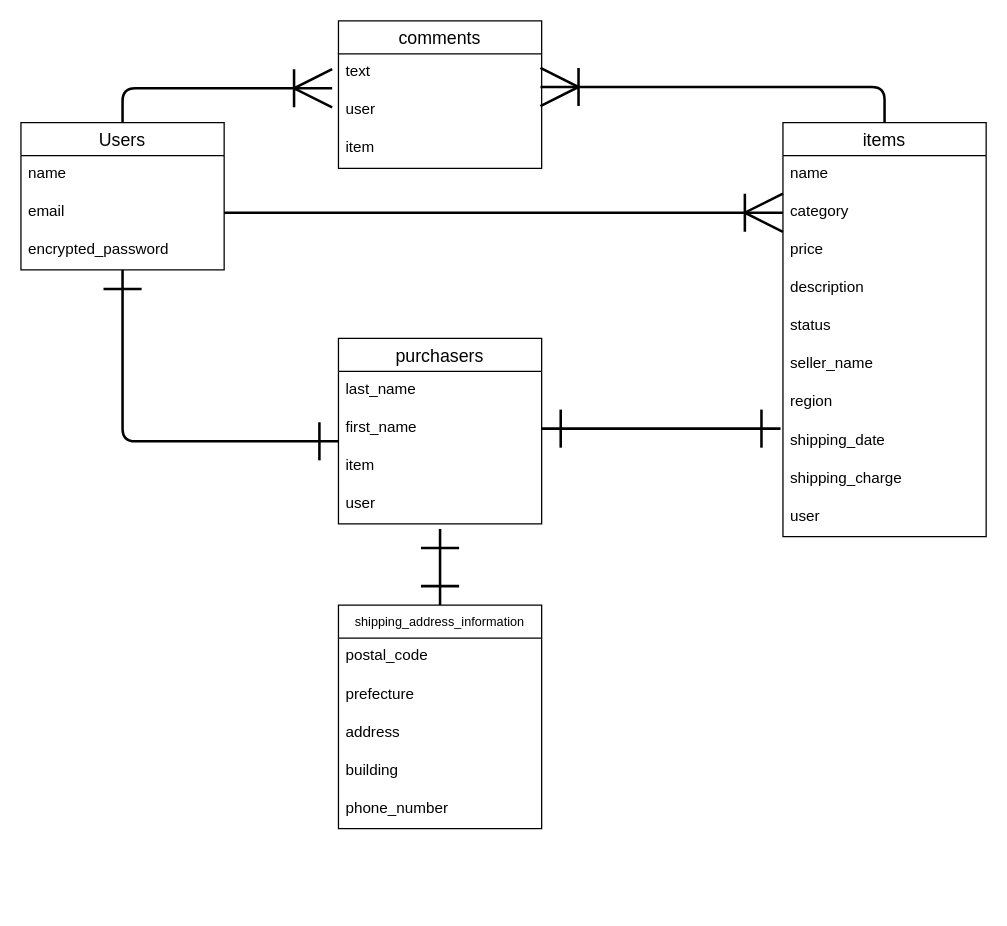
The draw.io diagram furima-28278.dio in takumikomatsu/furima-38378, before the edit. Source tidied: cells renumbered, new cells numbered last; positions are measured from the earlier drawing's top-left corner, leaving out a move shared by most shapes. Both pictures are drawn from the tidied source at 127%, with x=0, y=0 at pixel (20, 20).
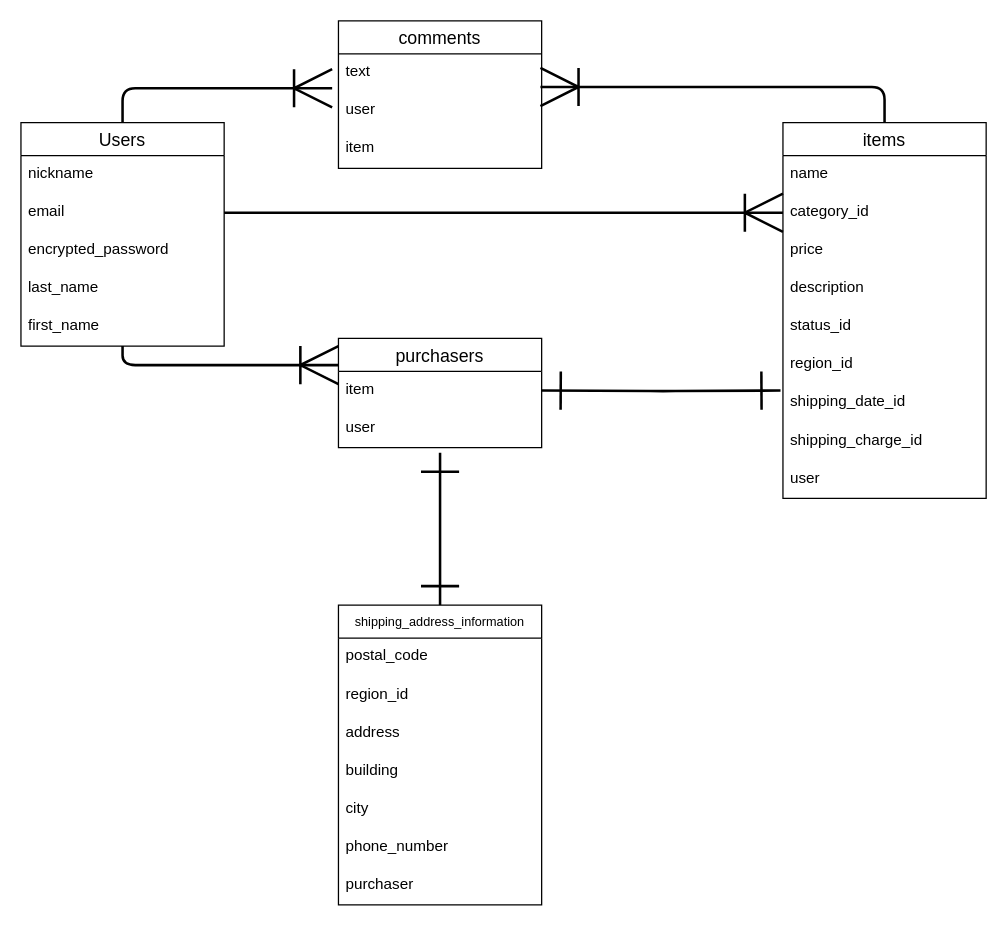
After the change.

Commit message (it also covers changes not shown here):
データベース設計の修正

Diff of the diagram source:
```diff
@@
-    <mxCell id="2" style="edgeStyle=orthogonalEdgeStyle;html=1;entryX=0;entryY=-0.167;entryDx=0;entryDy=0;entryPerimeter=0;fontSize=10;endArrow=ERone;endFill=0;endSize=27;strokeWidth=2;startArrow=ERone;startFill=0;sourcePerimeterSpacing=0;targetPerimeterSpacing=-1;startSize=27;" parent="1" edge="1" source="4" target="34">
+    <mxCell id="2" style="edgeStyle=orthogonalEdgeStyle;html=1;entryX=0;entryY=-0.167;entryDx=0;entryDy=0;entryPerimeter=0;fontSize=10;endArrow=ERoneToMany;endFill=0;endSize=27;strokeWidth=2;startArrow=none;startFill=0;sourcePerimeterSpacing=0;targetPerimeterSpacing=-1;startSize=27;" parent="1" edge="1" source="4" target="34">
       <mxGeometry relative="1" as="geometry" />
     </mxCell>
@@
     <mxCell id="4" value="Users" style="swimlane;fontStyle=0;horizontal=1;startSize=26;align=center;fontSize=14;" parent="1" vertex="1">
-      <mxGeometry y="80" width="160" height="116" as="geometry" />
+      <mxGeometry y="80" width="160" height="176" as="geometry" />
     </mxCell>
-    <mxCell id="5" value="name" style="text;strokeColor=none;fillColor=none;spacingLeft=4;spacingRight=4;overflow=hidden;fontSize=12;" parent="4" vertex="1">
+    <mxCell id="5" value="nickname&#10;" style="text;strokeColor=none;fillColor=none;spacingLeft=4;spacingRight=4;overflow=hidden;fontSize=12;" parent="4" vertex="1">
       <mxGeometry y="26" width="160" height="30" as="geometry" />
     </mxCell>
@@
+    <mxCell id="38" value="encrypted_password" style="text;strokeColor=none;fillColor=none;spacingLeft=4;spacingRight=4;overflow=hidden;fontSize=12;" parent="4" vertex="1">
+      <mxGeometry y="86" width="160" height="30" as="geometry" />
+    </mxCell>
+    <mxCell id="32" value="last_name&#10;" style="text;strokeColor=none;fillColor=none;spacingLeft=4;spacingRight=4;overflow=hidden;fontSize=12;" parent="4" vertex="1">
+      <mxGeometry y="116" width="160" height="30" as="geometry" />
+    </mxCell>
-    <mxCell id="7" value="encrypted_password" style="text;strokeColor=none;fillColor=none;spacingLeft=4;spacingRight=4;overflow=hidden;fontSize=12;" parent="4" vertex="1">
-      <mxGeometry y="86" width="160" height="30" as="geometry" />
+    <mxCell id="7" value="first_name" style="text;strokeColor=none;fillColor=none;spacingLeft=4;spacingRight=4;overflow=hidden;fontSize=12;" parent="4" vertex="1">
+      <mxGeometry y="146" width="160" height="30" as="geometry" />
     </mxCell>
@@
     <mxCell id="9" value="items" style="swimlane;fontStyle=0;horizontal=1;startSize=26;align=center;fontSize=14;" parent="1" vertex="1">
-      <mxGeometry x="600" y="80" width="160" height="326" as="geometry" />
+      <mxGeometry x="600" y="80" width="160" height="296" as="geometry" />
     </mxCell>
@@
-    <mxCell id="11" value="category" style="text;strokeColor=none;fillColor=none;spacingLeft=4;spacingRight=4;overflow=hidden;points=[[0,0.5],[1,0.5]];portConstraint=eastwest;fontSize=12;" parent="9" vertex="1">
+    <mxCell id="11" value="category_id" style="text;strokeColor=none;fillColor=none;spacingLeft=4;spacingRight=4;overflow=hidden;points=[[0,0.5],[1,0.5]];portConstraint=eastwest;fontSize=12;" parent="9" vertex="1">
       <mxGeometry y="56" width="160" height="30" as="geometry" />
     </mxCell>
@@
-    <mxCell id="14" value="status&#10;" style="text;strokeColor=none;fillColor=none;spacingLeft=4;spacingRight=4;overflow=hidden;fontSize=12;" parent="9" vertex="1">
+    <mxCell id="14" value="status_id&#10;" style="text;strokeColor=none;fillColor=none;spacingLeft=4;spacingRight=4;overflow=hidden;fontSize=12;" parent="9" vertex="1">
       <mxGeometry y="146" width="160" height="30" as="geometry" />
     </mxCell>
-    <mxCell id="15" value="seller_name" style="text;strokeColor=none;fillColor=none;spacingLeft=4;spacingRight=4;overflow=hidden;fontSize=12;" parent="9" vertex="1">
-      <mxGeometry y="176" width="160" height="30" as="geometry" />
-    </mxCell>
-    <mxCell id="16" value="region&#10;" style="text;strokeColor=none;fillColor=none;spacingLeft=4;spacingRight=4;overflow=hidden;fontSize=12;" parent="9" vertex="1">
-      <mxGeometry y="206" width="160" height="30" as="geometry" />
+    <mxCell id="16" value="region_id&#10;" style="text;strokeColor=none;fillColor=none;spacingLeft=4;spacingRight=4;overflow=hidden;fontSize=12;" parent="9" vertex="1">
+      <mxGeometry y="176" width="160" height="30" as="geometry" />
     </mxCell>
-    <mxCell id="17" value="shipping_date" style="text;strokeColor=none;fillColor=none;spacingLeft=4;spacingRight=4;overflow=hidden;points=[[0,0.5],[1,0.5]];portConstraint=eastwest;fontSize=12;" parent="9" vertex="1">
-      <mxGeometry y="236" width="160" height="30" as="geometry" />
+    <mxCell id="17" value="shipping_date_id" style="text;strokeColor=none;fillColor=none;spacingLeft=4;spacingRight=4;overflow=hidden;points=[[0,0.5],[1,0.5]];portConstraint=eastwest;fontSize=12;" parent="9" vertex="1">
+      <mxGeometry y="206" width="160" height="30" as="geometry" />
     </mxCell>
-    <mxCell id="18" value="shipping_charge" style="text;strokeColor=none;fillColor=none;spacingLeft=4;spacingRight=4;overflow=hidden;fontSize=12;" parent="9" vertex="1">
-      <mxGeometry y="266" width="160" height="30" as="geometry" />
+    <mxCell id="18" value="shipping_charge_id" style="text;strokeColor=none;fillColor=none;spacingLeft=4;spacingRight=4;overflow=hidden;fontSize=12;" parent="9" vertex="1">
+      <mxGeometry y="236" width="160" height="30" as="geometry" />
     </mxCell>
     <mxCell id="19" value="user" style="text;strokeColor=none;fillColor=none;spacingLeft=4;spacingRight=4;overflow=hidden;fontSize=12;" parent="9" vertex="1">
-      <mxGeometry y="296" width="160" height="30" as="geometry" />
+      <mxGeometry y="266" width="160" height="30" as="geometry" />
     </mxCell>
@@
-    <mxCell id="24" style="edgeStyle=orthogonalEdgeStyle;html=1;exitX=0.5;exitY=0;exitDx=0;exitDy=0;fontSize=10;startArrow=ERone;startFill=0;endArrow=ERone;endFill=0;startSize=27;endSize=27;sourcePerimeterSpacing=0;targetPerimeterSpacing=-1;strokeWidth=2;" parent="1" edge="1" source="25">
-      <mxGeometry relative="1" as="geometry">
-        <mxPoint x="330" y="400" as="targetPoint" />
-      </mxGeometry>
-    </mxCell>
+    <mxCell id="39" style="edgeStyle=orthogonalEdgeStyle;html=1;exitX=0.5;exitY=0;exitDx=0;exitDy=0;fontSize=10;startArrow=ERone;startFill=0;endArrow=ERone;endFill=0;startSize=27;endSize=27;sourcePerimeterSpacing=0;targetPerimeterSpacing=-1;strokeWidth=2;" parent="1" edge="1" source="25">
+      <mxGeometry relative="1" as="geometry">
+        <mxPoint x="330" y="340" as="targetPoint" />
+      </mxGeometry>
+    </mxCell>
     <mxCell id="25" value="shipping_address_information" style="swimlane;fontStyle=0;horizontal=1;startSize=26;align=center;fontSize=10;" parent="1" vertex="1">
-      <mxGeometry x="250" y="460" width="160" height="176" as="geometry" />
+      <mxGeometry x="250" y="460" width="160" height="236" as="geometry" />
     </mxCell>
@@
-    <mxCell id="27" value="prefecture" style="text;strokeColor=none;fillColor=none;spacingLeft=4;spacingRight=4;overflow=hidden;fontSize=12;" parent="25" vertex="1">
+    <mxCell id="27" value="region_id" style="text;strokeColor=none;fillColor=none;spacingLeft=4;spacingRight=4;overflow=hidden;fontSize=12;" parent="25" vertex="1">
       <mxGeometry y="56" width="160" height="30" as="geometry" />
     </mxCell>
@@
+    <mxCell id="40" value="city" style="text;strokeColor=none;fillColor=none;spacingLeft=4;spacingRight=4;overflow=hidden;fontSize=12;" parent="25" vertex="1">
+      <mxGeometry y="146" width="160" height="30" as="geometry" />
+    </mxCell>
+    <mxCell id="41" value="phone_number" style="text;strokeColor=none;fillColor=none;spacingLeft=4;spacingRight=4;overflow=hidden;fontSize=12;" parent="25" vertex="1">
+      <mxGeometry y="176" width="160" height="30" as="geometry" />
+    </mxCell>
-    <mxCell id="30" value="phone_number" style="text;strokeColor=none;fillColor=none;spacingLeft=4;spacingRight=4;overflow=hidden;fontSize=12;" parent="25" vertex="1">
-      <mxGeometry y="146" width="160" height="30" as="geometry" />
+    <mxCell id="30" value="purchaser" style="text;strokeColor=none;fillColor=none;spacingLeft=4;spacingRight=4;overflow=hidden;fontSize=12;" parent="25" vertex="1">
+      <mxGeometry y="206" width="160" height="30" as="geometry" />
     </mxCell>
     <mxCell id="31" value="purchasers" style="swimlane;fontStyle=0;horizontal=1;startSize=26;align=center;fontSize=14;" parent="1" vertex="1">
-      <mxGeometry x="250" y="250" width="160" height="146" as="geometry" />
+      <mxGeometry x="250" y="250" width="160" height="86" as="geometry" />
     </mxCell>
-    <mxCell id="32" value="last_name" style="text;strokeColor=none;fillColor=none;spacingLeft=4;spacingRight=4;overflow=hidden;fontSize=12;" parent="31" vertex="1">
-      <mxGeometry y="26" width="160" height="30" as="geometry" />
-    </mxCell>
-    <mxCell id="33" value="first_name" style="text;strokeColor=none;fillColor=none;spacingLeft=4;spacingRight=4;overflow=hidden;points=[[0,0.5],[1,0.5]];portConstraint=eastwest;fontSize=12;" parent="31" vertex="1">
-      <mxGeometry y="56" width="160" height="30" as="geometry" />
-    </mxCell>
     <mxCell id="34" value="item" style="text;strokeColor=none;fillColor=none;spacingLeft=4;spacingRight=4;overflow=hidden;points=[[0,0.5],[1,0.5]];portConstraint=eastwest;fontSize=12;" parent="31" vertex="1">
-      <mxGeometry y="86" width="160" height="30" as="geometry" />
+      <mxGeometry y="26" width="160" height="30" as="geometry" />
     </mxCell>
     <mxCell id="35" value="user" style="text;strokeColor=none;fillColor=none;spacingLeft=4;spacingRight=4;overflow=hidden;fontSize=12;" parent="31" vertex="1">
-      <mxGeometry y="116" width="160" height="30" as="geometry" />
+      <mxGeometry y="56" width="160" height="30" as="geometry" />
     </mxCell>
@@
-    <mxCell id="37" style="edgeStyle=orthogonalEdgeStyle;html=1;entryX=-0.012;entryY=0.167;entryDx=0;entryDy=0;entryPerimeter=0;fontSize=10;startArrow=ERone;startFill=0;endArrow=ERone;endFill=0;startSize=27;endSize=27;sourcePerimeterSpacing=0;targetPerimeterSpacing=-1;strokeWidth=2;" parent="1" edge="1" source="33" target="17">
-      <mxGeometry relative="1" as="geometry" />
+    <mxCell id="37" style="edgeStyle=orthogonalEdgeStyle;html=1;entryX=-0.012;entryY=0.167;entryDx=0;entryDy=0;entryPerimeter=0;fontSize=10;startArrow=ERone;startFill=0;endArrow=ERone;endFill=0;startSize=27;endSize=27;sourcePerimeterSpacing=0;targetPerimeterSpacing=-1;strokeWidth=2;" parent="1" edge="1" target="17">
+      <mxGeometry relative="1" as="geometry">
+        <mxPoint x="410" y="291" as="sourcePoint" />
+      </mxGeometry>
     </mxCell>
```
